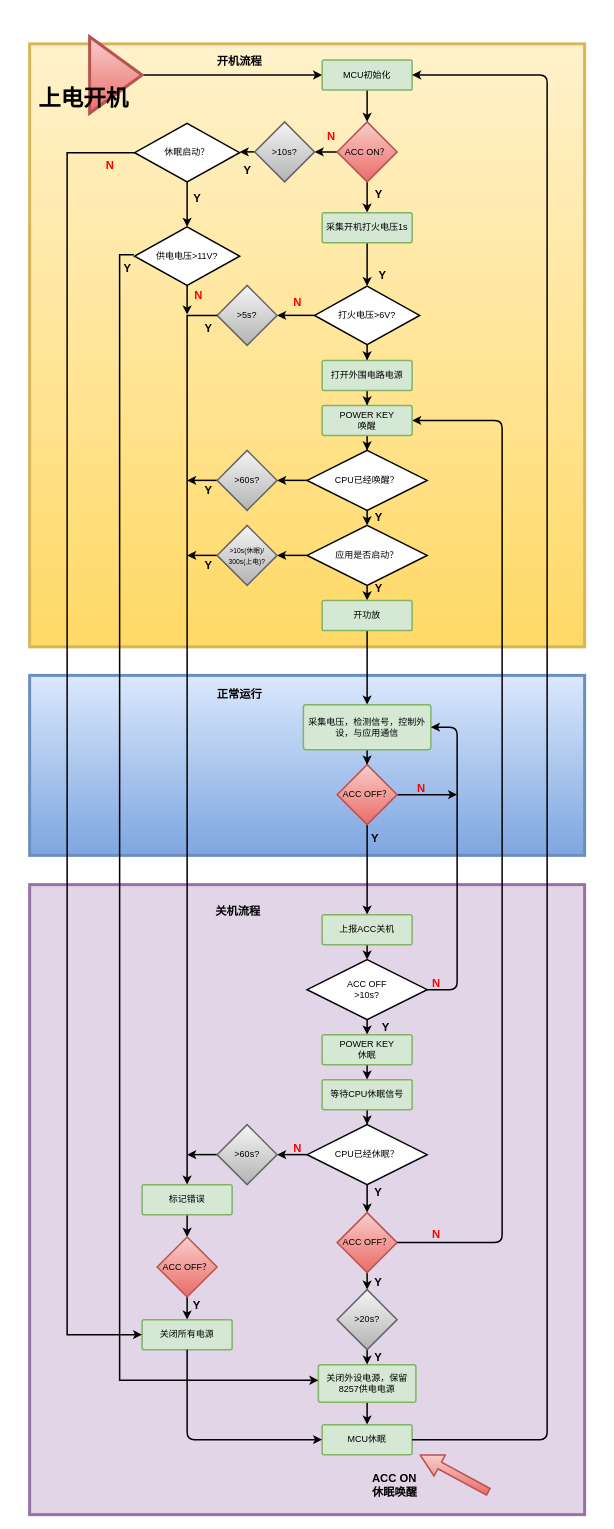
This is page "第 1 页" (1 of 2) of 009休眠逻辑.drawio from yintianlan/Picture_Draw, a draw.io file, before an edit. Source tidied: cells renumbered, new cells numbered last; positions are measured from the earlier drawing's top-left corner, leaving out a move shared by most shapes. Both pictures are drawn from the tidied source at 75%, with x=0, y=0 at pixel (29, 37).
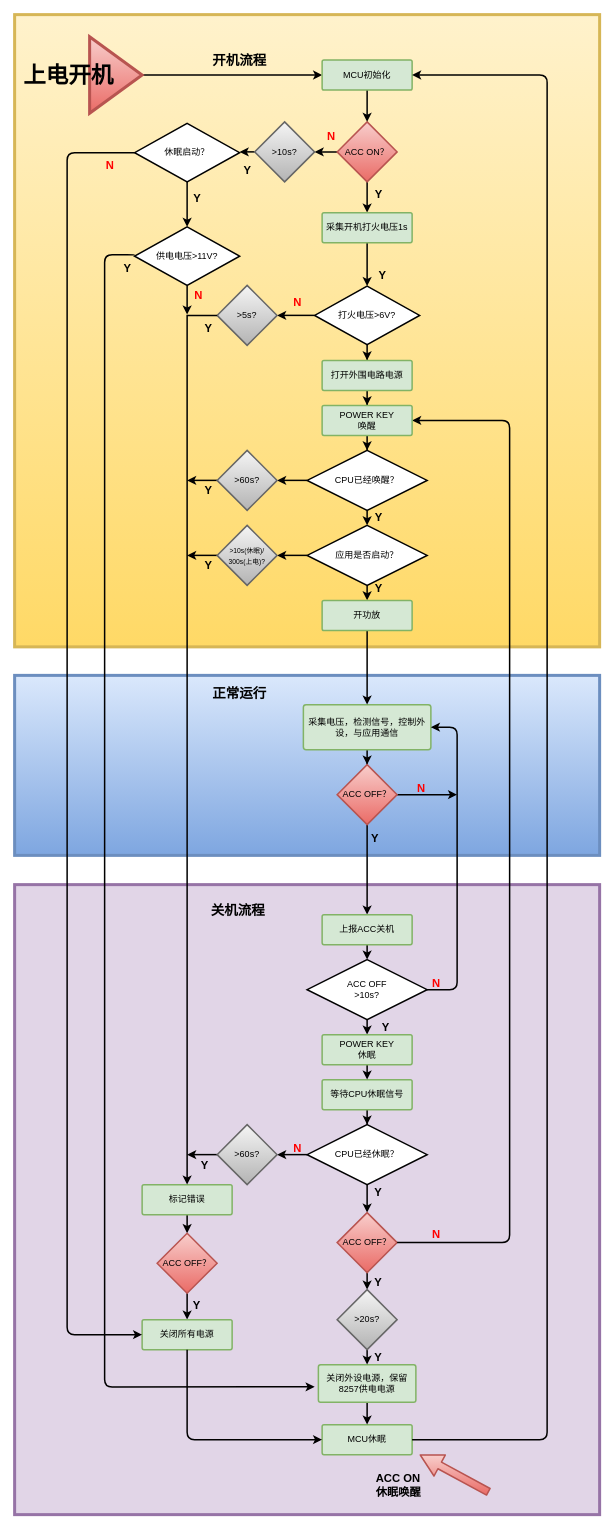
The same page after the edit.

Unchanged cells that the change refers to:
```xml
<mxCell id="26" value="MCU休眠" style="strokeWidth=2;html=1;shape=mxgraph.flowchart.process;whiteSpace=wrap;fillColor=#d5e8d4;fontFamily=Helvetica;align=center;strokeColor=#82b366;" parent="1" vertex="1">
  <mxGeometry x="390" y="1850" width="120" height="40" as="geometry" />
</mxCell>
<mxCell id="30" value="关闭外设电源，保留8257供电电源" style="strokeWidth=2;html=1;shape=mxgraph.flowchart.process;whiteSpace=wrap;fillColor=#d5e8d4;fontFamily=Helvetica;align=center;strokeColor=#82b366;" parent="1" vertex="1">
  <mxGeometry x="385" y="1770" width="130" height="50" as="geometry" />
</mxCell>
<mxCell id="38" value="MCU初始化" style="strokeWidth=2;html=1;shape=mxgraph.flowchart.process;whiteSpace=wrap;fillColor=#d5e8d4;fontFamily=Helvetica;align=center;strokeColor=#82b366;" parent="1" vertex="1">
  <mxGeometry x="390" y="30.5" width="120" height="40" as="geometry" />
</mxCell>
<mxCell id="64" value="ACC OFF？" style="rhombus;whiteSpace=wrap;html=1;strokeWidth=2;fillColor=#f8cecc;fontFamily=Helvetica;align=center;strokeColor=#b85450;gradientColor=#ea6b66;" parent="1" vertex="1">
  <mxGeometry x="410" y="1567.3" width="80" height="80" as="geometry" />
</mxCell>
<mxCell id="74" value="POWER KEY&lt;br&gt;唤醒" style="strokeWidth=2;html=1;shape=mxgraph.flowchart.process;whiteSpace=wrap;fillColor=#d5e8d4;fontFamily=Helvetica;align=center;strokeColor=#82b366;" parent="1" vertex="1">
  <mxGeometry x="390" y="491" width="120" height="40" as="geometry" />
</mxCell>
<mxCell id="77" value="关闭所有电源&lt;br&gt;" style="strokeWidth=2;html=1;shape=mxgraph.flowchart.process;whiteSpace=wrap;fillColor=#d5e8d4;fontFamily=Helvetica;align=center;strokeColor=#82b366;" parent="1" vertex="1">
  <mxGeometry x="150" y="1710" width="120" height="40" as="geometry" />
</mxCell>
<mxCell id="90" value="休眠启动？" style="strokeWidth=2;html=1;shape=mxgraph.flowchart.decision;whiteSpace=wrap;fillColor=#ffffff;fontFamily=Helvetica;align=center;strokeColor=#000000;" parent="1" vertex="1">
  <mxGeometry x="140" y="115" width="140" height="78" as="geometry" />
</mxCell>
```

What changed in the source:
```diff
@@
     <mxCell id="2" style="rounded=0;whiteSpace=wrap;html=1;labelBackgroundColor=none;strokeColor=#d6b656;strokeWidth=4;fillColor=#fff2cc;gradientColor=#ffd966;fontFamily=Helvetica;fontSize=15;align=center;" parent="1" vertex="1">
-      <mxGeometry y="9" width="740" height="804" as="geometry" />
+      <mxGeometry x="-20" y="-30" width="780" height="843" as="geometry" />
     </mxCell>
     <mxCell id="3" style="rounded=0;whiteSpace=wrap;html=1;labelBackgroundColor=none;strokeColor=#9673a6;strokeWidth=4;fillColor=#e1d5e7;fontFamily=Helvetica;fontSize=15;align=center;" parent="1" vertex="1">
-      <mxGeometry y="1130" width="740" height="840" as="geometry" />
+      <mxGeometry x="-20" y="1130" width="780" height="840" as="geometry" />
     </mxCell>
     <mxCell id="4" style="rounded=0;whiteSpace=wrap;html=1;labelBackgroundColor=none;strokeColor=#6c8ebf;strokeWidth=4;fillColor=#dae8fc;gradientColor=#7ea6e0;fontFamily=Helvetica;fontSize=15;align=center;" parent="1" vertex="1">
-      <mxGeometry y="851" width="740" height="240" as="geometry" />
+      <mxGeometry x="-20" y="851" width="780" height="240" as="geometry" />
     </mxCell>
@@
     <mxCell id="33" value="&lt;b&gt;ACC ON&lt;br&gt;休眠唤醒&lt;br&gt;&lt;/b&gt;" style="text;html=1;align=left;verticalAlign=top;spacingTop=-4;fontSize=15;fontFamily=Helvetica;" parent="1" vertex="1">
-      <mxGeometry x="455" y="1910" width="80" height="40" as="geometry" />
+      <mxGeometry x="460" y="1910" width="80" height="40" as="geometry" />
     </mxCell>
@@
     <mxCell id="36" value="&lt;b&gt;&lt;font style=&quot;font-size: 30px&quot;&gt;上电开机&lt;/font&gt;&lt;/b&gt;" style="text;html=1;align=left;verticalAlign=top;spacingTop=-4;fontSize=15;fontFamily=Helvetica;" parent="1" vertex="1">
-      <mxGeometry x="10" y="60.5" width="140" height="20" as="geometry" />
+      <mxGeometry x="-10" y="30.5" width="140" height="20" as="geometry" />
     </mxCell>
@@
-    <mxCell id="39" value="&lt;b&gt;开机流程&lt;/b&gt;" style="text;html=1;strokeColor=none;fillColor=none;align=center;verticalAlign=middle;whiteSpace=wrap;rounded=0;labelBackgroundColor=none;fontFamily=Helvetica;fontSize=15;" parent="1" vertex="1">
+    <mxCell id="39" value="&lt;b&gt;&lt;font style=&quot;font-size: 18px&quot;&gt;开机流程&lt;/font&gt;&lt;/b&gt;" style="text;html=1;strokeColor=none;fillColor=none;align=center;verticalAlign=middle;whiteSpace=wrap;rounded=0;labelBackgroundColor=none;fontFamily=Helvetica;fontSize=15;" parent="1" vertex="1">
       <mxGeometry x="235" y="15.5" width="90" height="30" as="geometry" />
     </mxCell>
@@
-    <mxCell id="41" value="&lt;b&gt;正常运行&lt;/b&gt;" style="text;html=1;strokeColor=none;fillColor=none;align=center;verticalAlign=middle;whiteSpace=wrap;rounded=0;labelBackgroundColor=none;fontFamily=Helvetica;fontSize=15;" parent="1" vertex="1">
+    <mxCell id="41" value="&lt;b&gt;&lt;font style=&quot;font-size: 18px&quot;&gt;正常运行&lt;/font&gt;&lt;/b&gt;" style="text;html=1;strokeColor=none;fillColor=none;align=center;verticalAlign=middle;whiteSpace=wrap;rounded=0;labelBackgroundColor=none;fontFamily=Helvetica;fontSize=15;" parent="1" vertex="1">
       <mxGeometry x="235" y="860" width="90" height="30" as="geometry" />
     </mxCell>
-    <mxCell id="42" value="&lt;b&gt;关机流程&lt;/b&gt;" style="text;html=1;strokeColor=none;fillColor=none;align=center;verticalAlign=middle;whiteSpace=wrap;rounded=0;labelBackgroundColor=none;fontFamily=Helvetica;fontSize=15;" parent="1" vertex="1">
+    <mxCell id="42" value="&lt;b&gt;&lt;font style=&quot;font-size: 18px&quot;&gt;关机流程&lt;/font&gt;&lt;/b&gt;" style="text;html=1;strokeColor=none;fillColor=none;align=center;verticalAlign=middle;whiteSpace=wrap;rounded=0;labelBackgroundColor=none;fontFamily=Helvetica;fontSize=15;" parent="1" vertex="1">
       <mxGeometry x="232.5" y="1150" width="90" height="30" as="geometry" />
     </mxCell>
@@
     <mxCell id="61" value="ACC OFF？" style="rhombus;whiteSpace=wrap;html=1;strokeWidth=2;fillColor=#f8cecc;fontFamily=Helvetica;align=center;strokeColor=#b85450;gradientColor=#ea6b66;" parent="1" vertex="1">
-      <mxGeometry x="170" y="1599.8" width="80" height="80" as="geometry" />
+      <mxGeometry x="170" y="1594.8" width="80" height="80" as="geometry" />
     </mxCell>
@@
     <mxCell id="66" style="edgeStyle=elbowEdgeStyle;elbow=horizontal;endArrow=classic;html=1;strokeWidth=2;exitX=1;exitY=0.5;exitDx=0;exitDy=0;entryX=1;entryY=0.5;entryDx=0;entryDy=0;entryPerimeter=0;" parent="1" edge="1" source="64" target="74">
       <mxGeometry relative="1" as="geometry">
         <Array as="points">
+          <mxPoint x="640" y="1060" />
           <mxPoint x="630" y="469" />
           <mxPoint x="630" y="980" />
           <mxPoint x="620" y="980" />
           <mxPoint x="610" y="800" />
           <mxPoint x="620" y="800" />
           <mxPoint x="610" y="1080" />
           <mxPoint x="615.5" y="1560" />
         </Array>
       </mxGeometry>
     </mxCell>
@@
-    <mxCell id="89" style="edgeStyle=orthogonalEdgeStyle;rounded=0;jettySize=auto;html=1;strokeWidth=2;entryX=0;entryY=0.5;entryDx=0;entryDy=0;entryPerimeter=0;" parent="1" edge="1" source="90" target="77">
-      <mxGeometry relative="1" as="geometry">
-        <Array as="points">
-          <mxPoint x="50" y="154" />
-          <mxPoint x="50" y="1730" />
-        </Array>
-      </mxGeometry>
-    </mxCell>
@@
     <mxCell id="102" style="edgeStyle=elbowEdgeStyle;elbow=horizontal;endArrow=classic;html=1;strokeWidth=2;exitX=1;exitY=0.5;exitDx=0;exitDy=0;exitPerimeter=0;entryX=1;entryY=0.5;entryDx=0;entryDy=0;entryPerimeter=0;" parent="1" edge="1" source="26" target="38">
       <mxGeometry relative="1" as="geometry">
         <Array as="points">
-          <mxPoint x="690" y="1170" />
+          <mxPoint x="690" y="960" />
           <mxPoint x="710" y="540" />
           <mxPoint x="710" y="880" />
           <mxPoint x="755" y="1189.5" />
           <mxPoint x="745" y="1189.5" />
           <mxPoint x="735" y="1009.5" />
           <mxPoint x="745" y="1009.5" />
           <mxPoint x="735" y="1289.5" />
           <mxPoint x="740.5" y="1769.5" />
         </Array>
       </mxGeometry>
     </mxCell>
-    <mxCell id="103" style="edgeStyle=orthogonalEdgeStyle;rounded=0;jettySize=auto;html=1;strokeWidth=2;entryX=0;entryY=0.417;entryDx=0;entryDy=0;entryPerimeter=0;" parent="1" edge="1" target="30">
-      <mxGeometry relative="1" as="geometry">
-        <mxPoint x="139" y="290" as="sourcePoint" />
-        <Array as="points">
-          <mxPoint x="120" y="290" />
-          <mxPoint x="120" y="1791" />
-        </Array>
-      </mxGeometry>
-    </mxCell>
@@
+    <mxCell id="107" value="Y" style="text;html=1;align=center;verticalAlign=middle;spacingTop=-4;fontFamily=Helvetica;labelPosition=center;verticalLabelPosition=middle;strokeWidth=2;fontSize=15;fontStyle=1;" parent="1" vertex="1">
+      <mxGeometry x="222.5" y="1499.5" width="20" height="10" as="geometry" />
+    </mxCell>
+    <mxCell id="108" style="edgeStyle=segmentEdgeStyle;endArrow=classic;html=1;strokeWidth=2;entryX=-0.038;entryY=0.593;entryDx=0;entryDy=0;entryPerimeter=0;" parent="1" edge="1" target="30">
+      <mxGeometry relative="1" as="geometry">
+        <mxPoint x="140" y="291" as="sourcePoint" />
+        <Array as="points">
+          <mxPoint x="140" y="290" />
+          <mxPoint x="100" y="290" />
+          <mxPoint x="100" y="1800" />
+        </Array>
+      </mxGeometry>
+    </mxCell>
+    <mxCell id="89" style="edgeStyle=segmentEdgeStyle;endArrow=classic;html=1;strokeWidth=2;entryX=0;entryY=0.5;entryDx=0;entryDy=0;entryPerimeter=0;exitX=0;exitY=0.5;exitDx=0;exitDy=0;exitPerimeter=0;" parent="1" edge="1" source="90" target="77">
+      <mxGeometry relative="1" as="geometry">
+        <Array as="points">
+          <mxPoint x="50" y="154" />
+          <mxPoint x="50" y="1730" />
+        </Array>
+      </mxGeometry>
+    </mxCell>
```
